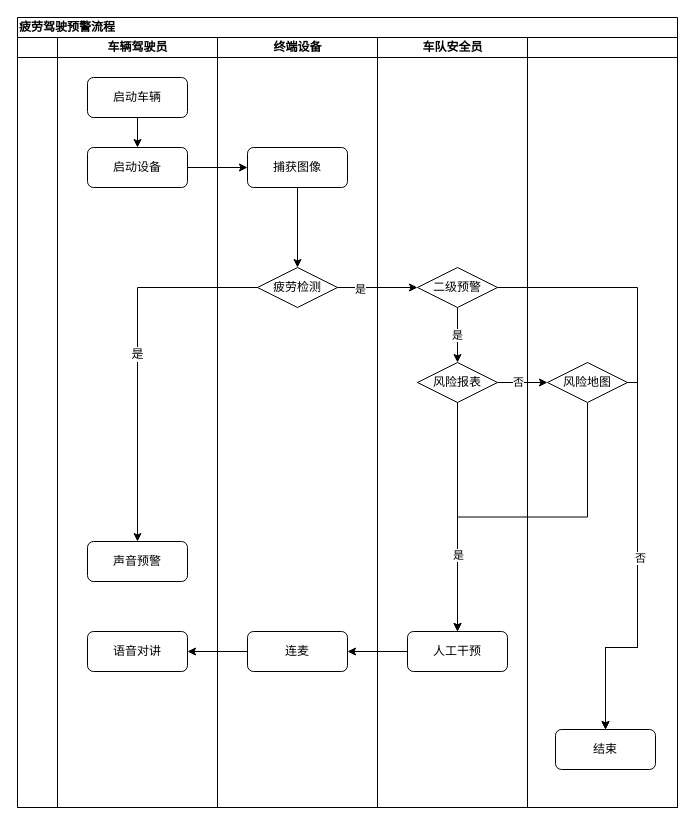
Before: page "预警流程" (3 of 3) of 疲劳驾驶预警系统总流程.drawio in Flhawker/Flow, a draw.io diagram. Source tidied: cells renumbered, new cells numbered last; positions are measured from the earlier drawing's top-left corner, leaving out a move shared by most shapes. Both pictures are drawn from the tidied source at 100%, with x=0, y=0 at pixel (17, 17).
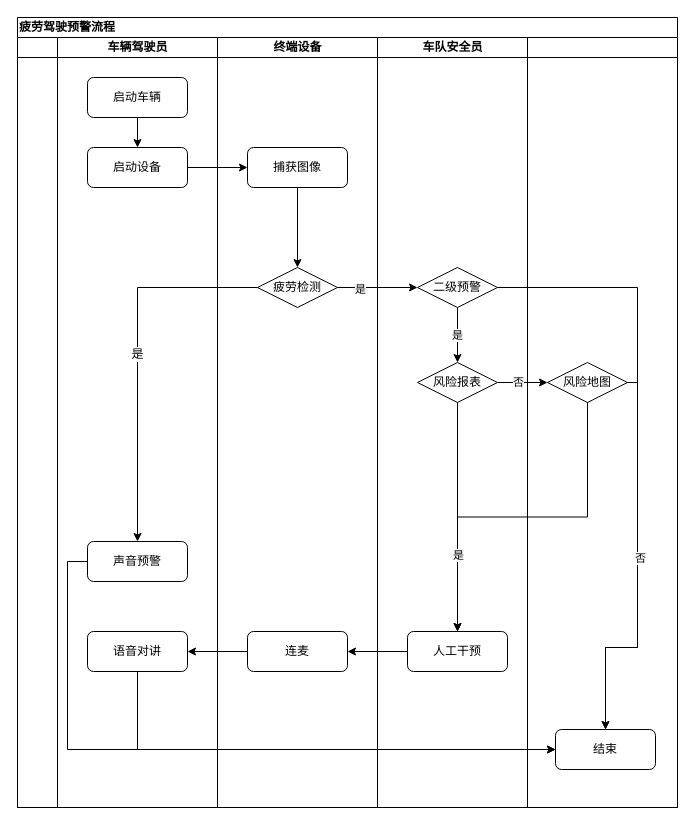
The same diagram, later.

Unchanged cells that the change refers to:
```xml
<mxCell id="2" value="疲劳驾驶预警流程" style="swimlane;html=1;startSize=20;rounded=0;shadow=0;labelBackgroundColor=none;strokeWidth=1;fontFamily=Verdana;fontSize=12;align=left;" parent="1" vertex="1">
  <mxGeometry width="660" height="790" as="geometry" />
</mxCell>
<mxCell id="8" value="声音预警" style="rounded=1;whiteSpace=wrap;html=1;shadow=0;labelBackgroundColor=none;strokeWidth=1;fontFamily=Verdana;fontSize=12;align=center;imageHeight=24;" parent="4" vertex="1">
  <mxGeometry x="30" y="504" width="100" height="40" as="geometry" />
</mxCell>
<mxCell id="9" value="语音对讲" style="rounded=1;whiteSpace=wrap;html=1;shadow=0;labelBackgroundColor=none;strokeWidth=1;fontFamily=Verdana;fontSize=12;align=center;imageHeight=24;" parent="4" vertex="1">
  <mxGeometry x="30" y="594" width="100" height="40" as="geometry" />
</mxCell>
<mxCell id="33" value="结束" style="rounded=1;whiteSpace=wrap;html=1;shadow=0;labelBackgroundColor=none;strokeWidth=1;fontFamily=Verdana;fontSize=12;align=center;imageHeight=24;" parent="32" vertex="1">
  <mxGeometry x="28" y="692" width="100" height="40" as="geometry" />
</mxCell>
```

Change to the diagram source:
```diff
@@
+    <mxCell id="37" style="edgeStyle=orthogonalEdgeStyle;rounded=0;jettySize=auto;html=1;exitX=0;exitY=0.5;exitDx=0;exitDy=0;entryX=0;entryY=0.5;entryDx=0;entryDy=0;" parent="2" edge="1" source="8" target="33">
+      <mxGeometry relative="1" as="geometry" />
+    </mxCell>
+    <mxCell id="38" style="edgeStyle=orthogonalEdgeStyle;rounded=0;jettySize=auto;html=1;exitX=0.5;exitY=1;exitDx=0;exitDy=0;entryX=0;entryY=0.5;entryDx=0;entryDy=0;" parent="2" edge="1" source="9" target="33">
+      <mxGeometry relative="1" as="geometry" />
+    </mxCell>
```
